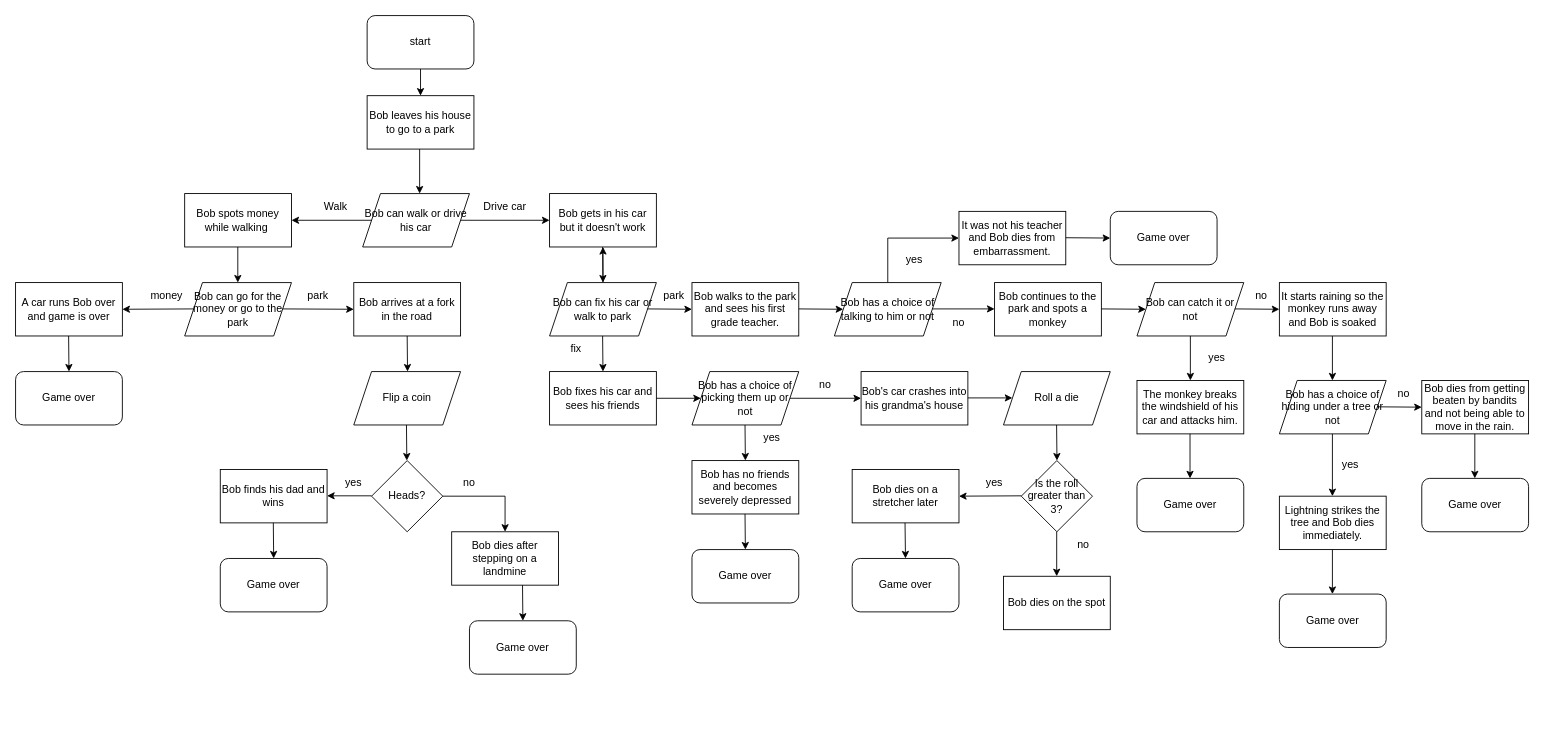
This is Untitled Diagram.drawio from johnnylu3/drawio, a draw.io file, before an edit. Source tidied: cells renumbered, new cells numbered last; positions are measured from the earlier drawing's top-left corner, leaving out a move shared by most shapes. Both pictures are drawn from the tidied source at 89%, with x=0, y=0 at pixel (15, 15).
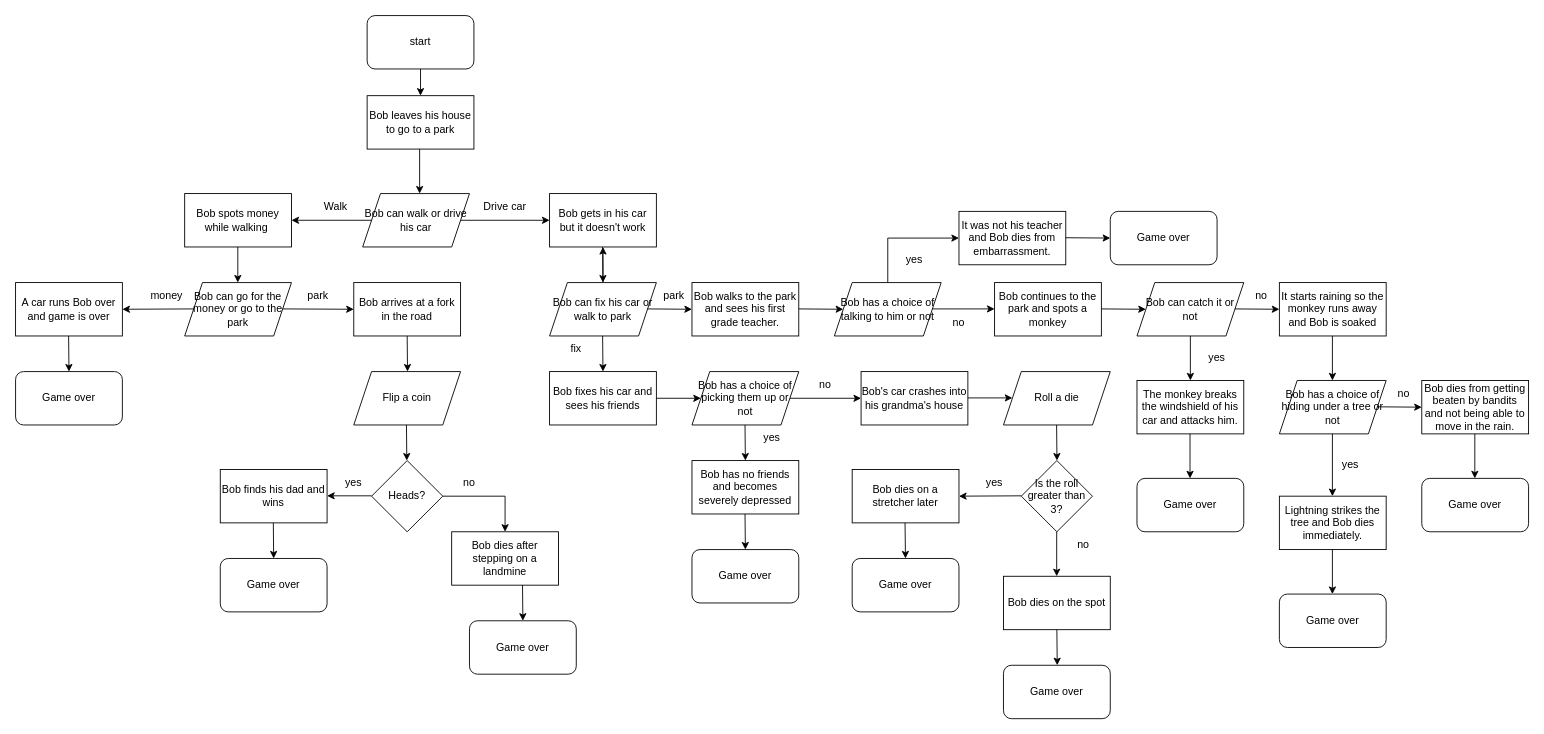
The same diagram, later.

What changed in the source:
```diff
@@
+    <mxCell id="100" value="Game over" style="rounded=1;whiteSpace=wrap;html=1;" parent="1" vertex="1">
+      <mxGeometry x="1110" y="730" width="120" height="60" as="geometry" />
+    </mxCell>
+    <mxCell id="101" style="endArrow=classic;html=1;rounded=0;" parent="1" edge="1">
+      <mxGeometry relative="1" as="geometry">
+        <mxPoint x="1170" y="690" as="sourcePoint" />
+        <mxPoint x="1170.4" y="730" as="targetPoint" />
+      </mxGeometry>
+    </mxCell>
```
